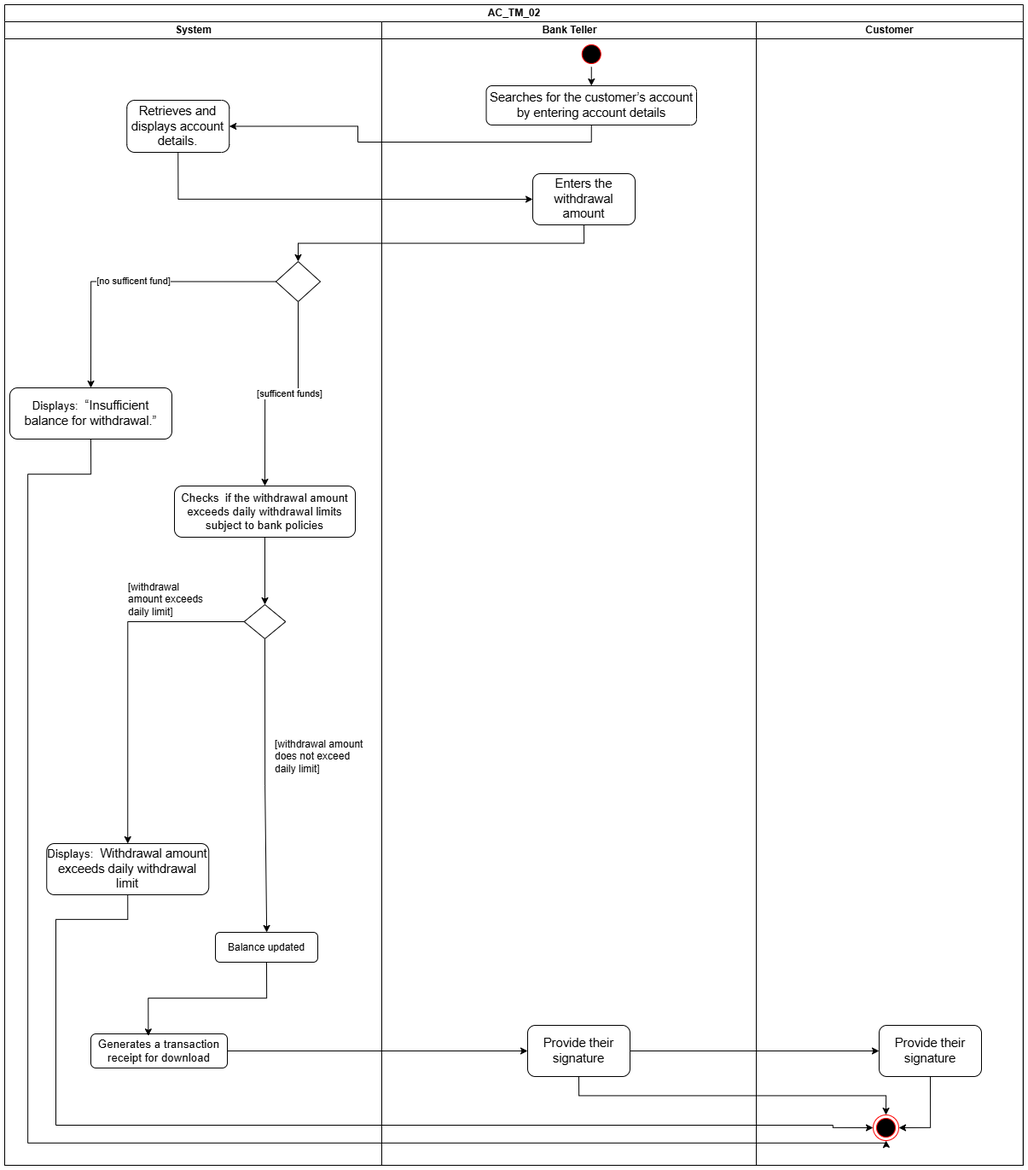
Above: diagrams/activity-diagrams/AC_TM_02.png in Markl1T/bank-management-system (draw.io), before the change. Source tidied: cells renumbered, new cells last; positions are measured from the earlier drawing's top-left corner, leaving out a move shared by most shapes.
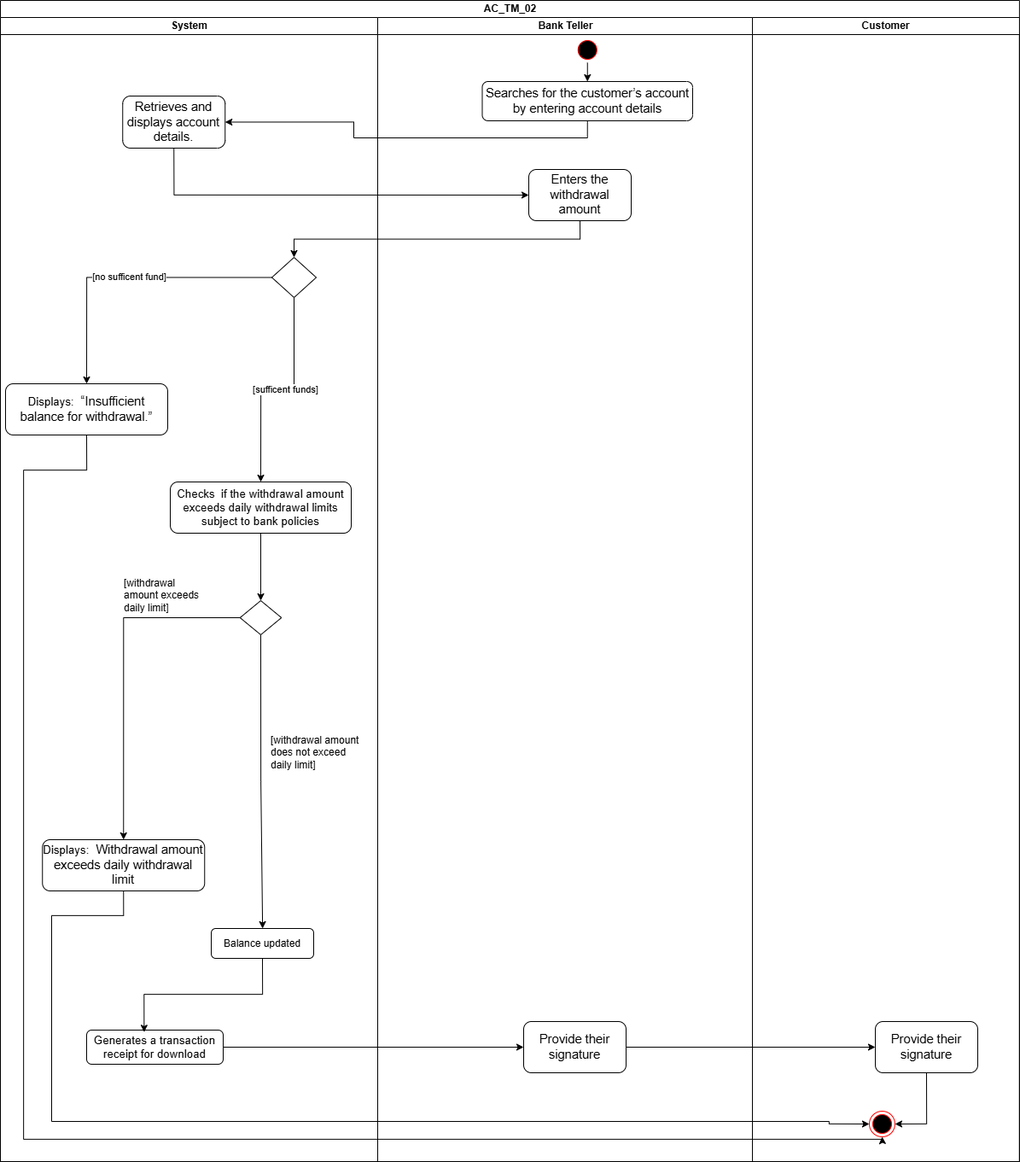
The same diagram one commit later.

Change to the diagram source:
```diff
@@ -127,35 +127,32 @@
     <mxCell id="41" style="edgeStyle=orthogonalEdgeStyle;rounded=0;jettySize=auto;html=1;exitX=1;exitY=0.5;exitDx=0;exitDy=0;entryX=0;entryY=0.5;entryDx=0;entryDy=0;" parent="2" edge="1" source="30" target="34">
       <mxGeometry relative="1" as="geometry" />
     </mxCell>
-    <mxCell id="42" style="edgeStyle=orthogonalEdgeStyle;rounded=0;jettySize=auto;html=1;exitX=0.5;exitY=1;exitDx=0;exitDy=0;entryX=0.5;entryY=0;entryDx=0;entryDy=0;" parent="2" edge="1" source="30" target="35">
+    <mxCell id="42" style="edgeStyle=orthogonalEdgeStyle;rounded=0;jettySize=auto;html=1;exitX=1;exitY=0.5;exitDx=0;exitDy=0;entryX=0;entryY=0.5;entryDx=0;entryDy=0;" parent="2" edge="1" source="23" target="30">
       <mxGeometry relative="1" as="geometry" />
     </mxCell>
-    <mxCell id="43" style="edgeStyle=orthogonalEdgeStyle;rounded=0;jettySize=auto;html=1;exitX=1;exitY=0.5;exitDx=0;exitDy=0;entryX=0;entryY=0.5;entryDx=0;entryDy=0;" parent="2" edge="1" source="23" target="30">
+    <mxCell id="43" style="edgeStyle=orthogonalEdgeStyle;rounded=0;jettySize=auto;html=1;exitX=0.5;exitY=1;exitDx=0;exitDy=0;entryX=1;entryY=0.5;entryDx=0;entryDy=0;" parent="2" edge="1" source="31" target="13">
       <mxGeometry relative="1" as="geometry" />
     </mxCell>
-    <mxCell id="44" style="edgeStyle=orthogonalEdgeStyle;rounded=0;jettySize=auto;html=1;exitX=0.5;exitY=1;exitDx=0;exitDy=0;entryX=1;entryY=0.5;entryDx=0;entryDy=0;" parent="2" edge="1" source="31" target="13">
-      <mxGeometry relative="1" as="geometry" />
+    <mxCell id="44" style="edgeStyle=orthogonalEdgeStyle;rounded=0;jettySize=auto;html=1;exitX=0.5;exitY=1;exitDx=0;exitDy=0;entryX=0;entryY=0.5;entryDx=0;entryDy=0;" parent="2" edge="1" source="25" target="35">
+      <mxGeometry relative="1" as="geometry">
+        <Array as="points">
+          <mxPoint x="144" y="1072" />
+          <mxPoint x="60" y="1072" />
+          <mxPoint x="60" y="1313" />
+          <mxPoint x="971" y="1313" />
+          <mxPoint x="971" y="1316" />
+        </Array>
+      </mxGeometry>
     </mxCell>
-    <mxCell id="45" style="edgeStyle=orthogonalEdgeStyle;rounded=0;jettySize=auto;html=1;exitX=0.5;exitY=1;exitDx=0;exitDy=0;entryX=0;entryY=0.5;entryDx=0;entryDy=0;" parent="2" edge="1" source="25" target="35">
+    <mxCell id="45" style="edgeStyle=orthogonalEdgeStyle;rounded=0;jettySize=auto;html=1;exitX=0.5;exitY=1;exitDx=0;exitDy=0;entryX=0.5;entryY=1;entryDx=0;entryDy=0;" parent="2" edge="1" source="22" target="35">
       <mxGeometry relative="1" as="geometry">
         <Array as="points">
-          <mxPoint x="144" y="1072" />
-          <mxPoint x="60" y="1072" />
-          <mxPoint x="60" y="1313" />
-          <mxPoint x="971" y="1313" />
-          <mxPoint x="971" y="1316" />
+          <mxPoint x="101" y="550" />
+          <mxPoint x="27" y="550" />
+          <mxPoint x="27" y="1334" />
+          <mxPoint x="1033" y="1334" />
         </Array>
       </mxGeometry>
     </mxCell>
-    <mxCell id="46" style="edgeStyle=orthogonalEdgeStyle;rounded=0;jettySize=auto;html=1;exitX=0.5;exitY=1;exitDx=0;exitDy=0;entryX=0.5;entryY=1;entryDx=0;entryDy=0;" parent="2" edge="1" source="22" target="35">
-      <mxGeometry relative="1" as="geometry">
-        <Array as="points">
-          <mxPoint x="101" y="550" />
-          <mxPoint x="27" y="550" />
-          <mxPoint x="27" y="1334" />
-          <mxPoint x="1033" y="1334" />
-        </Array>
-      </mxGeometry>
-    </mxCell>
   </root>
 </mxGraphModel>
```
